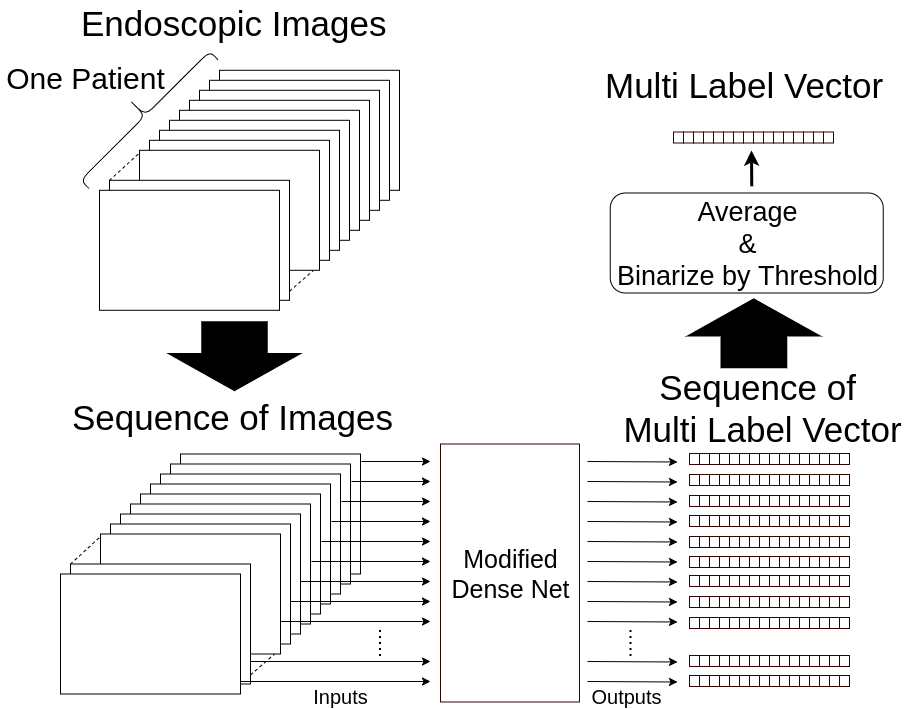
Before: fig/ieice2.png, a diagram exported from draw.io (shinn1r0/endoscopic_images2karte). Source tidied: cells renumbered, new cells last; positions are measured from the earlier drawing's top-left corner, leaving out a move shared by most shapes.
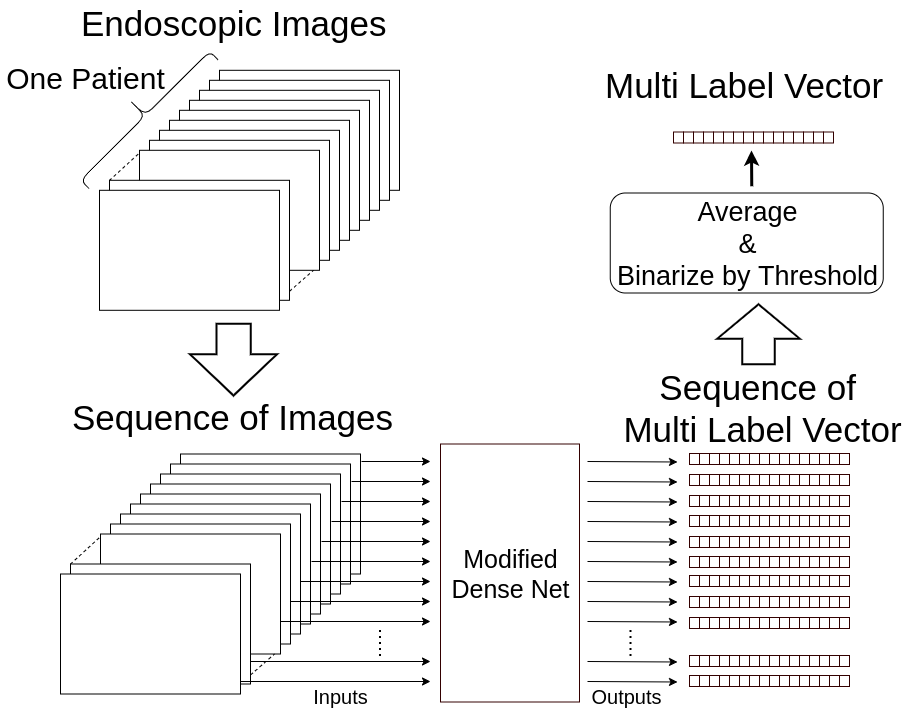
The same file after the commit.

Change to the diagram source:
```diff
@@ -799,12 +799,6 @@
     <mxCell id="240" value="&lt;span style=&quot;font-size: 20px&quot;&gt;Outputs&lt;/span&gt;" style="text;html=1;align=center;verticalAlign=middle;" parent="1" vertex="1">
       <mxGeometry x="581.2" y="686" width="90" height="20" as="geometry" />
     </mxCell>
-    <mxCell id="241" style="shape=singleArrow;whiteSpace=wrap;html=1;rotation=90;fillColor=#000000;arrowWidth=0.7781798483478497;arrowSize=0.34436181323131176;strokeWidth=20;" parent="1" vertex="1">
-      <mxGeometry x="209.6" y="325" width="48.7" height="60" as="geometry" />
-    </mxCell>
-    <mxCell id="242" style="shape=singleArrow;whiteSpace=wrap;html=1;rotation=-90;fillColor=#000000;arrowWidth=0.7781798483478497;arrowSize=0.34436181323131176;strokeWidth=20;" parent="1" vertex="1">
-      <mxGeometry x="729" y="303.5" width="48.7" height="60" as="geometry" />
-    </mxCell>
     <mxCell id="243" style="rounded=0;whiteSpace=wrap;html=1;" parent="1" vertex="1">
       <mxGeometry x="219" y="69.8" width="180" height="120" as="geometry" />
     </mxCell>
@@ -858,5 +852,11 @@
     <mxCell id="258" value="&lt;font style=&quot;font-size: 30px&quot;&gt;One Patient&lt;/font&gt;" style="text;html=1;align=center;verticalAlign=middle;" parent="1" vertex="1">
       <mxGeometry y="62.5" width="170" height="30" as="geometry" />
     </mxCell>
+    <mxCell id="259" style="shape=singleArrow;whiteSpace=wrap;html=1;rotation=90;fillColor=#FFFFFF;arrowWidth=0.39465753068957077;arrowSize=0.575408321827065;strokeWidth=2;" parent="1" vertex="1">
+      <mxGeometry x="197.2" y="315.8" width="71.7" height="86.8" as="geometry" />
+    </mxCell>
+    <mxCell id="260" style="shape=singleArrow;whiteSpace=wrap;html=1;rotation=-90;fillColor=#FFFFFF;arrowWidth=0.39465753068957077;arrowSize=0.575408321827065;strokeWidth=2;" parent="1" vertex="1">
+      <mxGeometry x="728" y="292.5" width="60" height="82.6" as="geometry" />
+    </mxCell>
   </root>
 </mxGraphModel>
```
